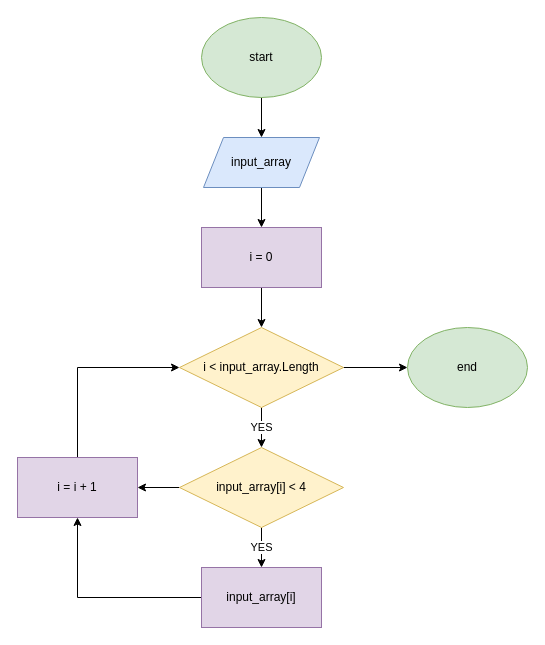
This is end_work/block_scheme.drawio from marl-ot/learning, a draw.io file, before an edit. Source tidied: cells renumbered, new cells numbered last; positions are measured from the earlier drawing's top-left corner, leaving out a move shared by most shapes. Both pictures are drawn from the tidied source at 100%, with x=0, y=0 at pixel (17, 17).
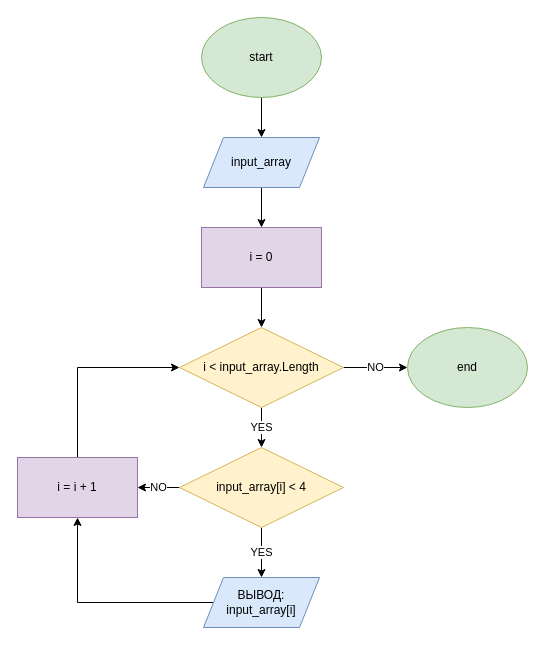
The same page after the edit.

Commit message:
update program's block scheme

Unchanged cells that the change refers to:
```xml
<mxCell id="4" value="end" style="ellipse;whiteSpace=wrap;html=1;fillColor=#d5e8d4;strokeColor=#82b366;" parent="1" vertex="1">
  <mxGeometry x="390" y="310" width="120" height="80" as="geometry" />
</mxCell>
<mxCell id="11" value="i &amp;lt; input_array.Length" style="rhombus;whiteSpace=wrap;html=1;fillColor=#fff2cc;strokeColor=#d6b656;" parent="1" vertex="1">
  <mxGeometry x="162" y="310" width="164" height="80" as="geometry" />
</mxCell>
<mxCell id="14" value="input_array[i] &amp;lt; 4" style="rhombus;whiteSpace=wrap;html=1;fillColor=#fff2cc;strokeColor=#d6b656;" parent="1" vertex="1">
  <mxGeometry x="162" y="430" width="164" height="80" as="geometry" />
</mxCell>
<mxCell id="18" value="i = i + 1" style="rounded=0;whiteSpace=wrap;html=1;fillColor=#e1d5e7;strokeColor=#9673a6;" parent="1" vertex="1">
  <mxGeometry y="440" width="120" height="60" as="geometry" />
</mxCell>
```

The edit, as a diff of the source:
```diff
@@
-    <mxCell id="10" style="edgeStyle=orthogonalEdgeStyle;rounded=0;jettySize=auto;html=1;entryX=0;entryY=0.5;entryDx=0;entryDy=0;" parent="1" edge="1" source="11" target="4">
+    <mxCell id="10" value="NO" style="edgeStyle=orthogonalEdgeStyle;rounded=0;jettySize=auto;html=1;entryX=0;entryY=0.5;entryDx=0;entryDy=0;" parent="1" edge="1" source="11" target="4">
       <mxGeometry relative="1" as="geometry" />
     </mxCell>
@@
-    <mxCell id="12" value="YES" style="edgeStyle=orthogonalEdgeStyle;rounded=0;jettySize=auto;html=1;entryX=0.5;entryY=0;entryDx=0;entryDy=0;" parent="1" edge="1" source="14" target="16">
+    <mxCell id="12" value="YES" style="edgeStyle=orthogonalEdgeStyle;rounded=0;jettySize=auto;html=1;entryX=0.5;entryY=0;entryDx=0;entryDy=0;" parent="1" edge="1" source="14" target="19">
       <mxGeometry relative="1" as="geometry" />
     </mxCell>
-    <mxCell id="13" style="edgeStyle=orthogonalEdgeStyle;rounded=0;jettySize=auto;html=1;entryX=1;entryY=0.5;entryDx=0;entryDy=0;" parent="1" edge="1" source="14" target="18">
+    <mxCell id="13" value="NO" style="edgeStyle=orthogonalEdgeStyle;rounded=0;jettySize=auto;html=1;entryX=1;entryY=0.5;entryDx=0;entryDy=0;" parent="1" edge="1" source="14" target="18">
       <mxGeometry relative="1" as="geometry" />
     </mxCell>
@@
-    <mxCell id="15" style="edgeStyle=orthogonalEdgeStyle;rounded=0;jettySize=auto;html=1;entryX=0.5;entryY=1;entryDx=0;entryDy=0;" parent="1" edge="1" source="16" target="18">
+    <mxCell id="15" style="edgeStyle=orthogonalEdgeStyle;rounded=0;jettySize=auto;html=1;entryX=0.5;entryY=1;entryDx=0;entryDy=0;exitX=0;exitY=0.5;exitDx=0;exitDy=0;" parent="1" edge="1" source="19" target="18">
       <mxGeometry relative="1" as="geometry" />
     </mxCell>
-    <mxCell id="16" value="input_array[i]" style="rounded=0;whiteSpace=wrap;html=1;fillColor=#e1d5e7;strokeColor=#9673a6;" parent="1" vertex="1">
-      <mxGeometry x="184" y="550" width="120" height="60" as="geometry" />
-    </mxCell>
@@
+    <mxCell id="19" value="&lt;div&gt;ВЫВОД:&lt;/div&gt;&lt;div&gt;input_array[i]&lt;/div&gt;" style="shape=parallelogram;perimeter=parallelogramPerimeter;whiteSpace=wrap;html=1;fixedSize=1;fillColor=#dae8fc;strokeColor=#6c8ebf;" parent="1" vertex="1">
+      <mxGeometry x="186" y="560" width="116" height="50" as="geometry" />
+    </mxCell>
```
